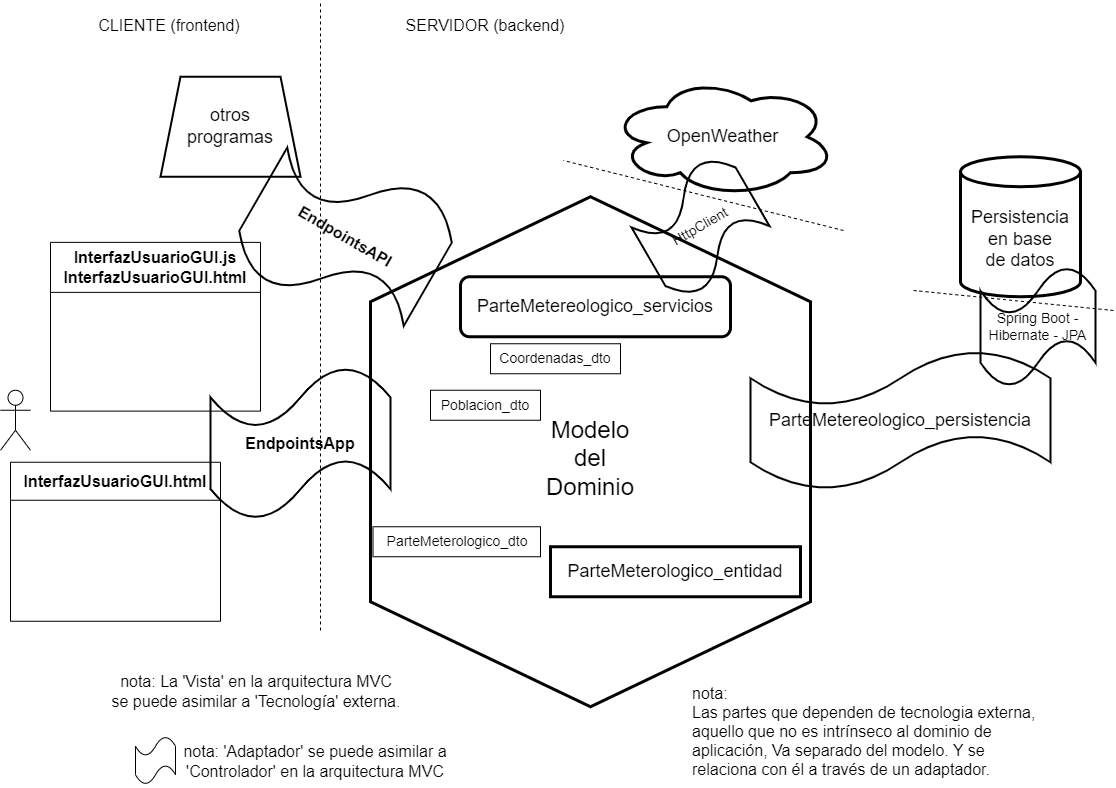
Before: MeteoAPI/meteo_api/documentacion/Esquema_general_de_la_arquitectura_interna.drawio.png, a diagram exported from draw.io (JuanMuruaOlalde/MeteoAPI). Source tidied: cells renumbered, new cells last; positions are measured from the earlier drawing's top-left corner, leaving out a move shared by most shapes. Its diagram source:
```xml
<mxGraphModel>
  <root>
    <mxCell id="0" />
    <mxCell id="1" parent="0" />
    <mxCell id="2" value="InterfazUsuarioGUI.html" style="swimlane;whiteSpace=wrap;html=1;fontSize=16;startSize=38;" parent="1" vertex="1">
      <mxGeometry x="10" y="461.8" width="210" height="159" as="geometry" />
    </mxCell>
    <mxCell id="3" style="shape=umlActor;verticalLabelPosition=bottom;verticalAlign=top;html=1;" parent="1" vertex="1">
      <mxGeometry y="389.8" width="30" height="60" as="geometry" />
    </mxCell>
    <mxCell id="4" value="&lt;br style=&quot;border-color: var(--border-color); font-size: 24px;&quot;&gt;&lt;span style=&quot;font-size: 24px;&quot;&gt;Modelo&lt;/span&gt;&lt;br style=&quot;border-color: var(--border-color); font-size: 24px;&quot;&gt;&lt;span style=&quot;font-size: 24px;&quot;&gt;del&lt;/span&gt;&lt;br style=&quot;border-color: var(--border-color); font-size: 24px;&quot;&gt;&lt;span style=&quot;font-size: 24px;&quot;&gt;Dominio&lt;/span&gt;" style="shape=hexagon;perimeter=hexagonPerimeter2;whiteSpace=wrap;html=1;fixedSize=1;strokeWidth=3;size=105;direction=south;fillColor=none;" parent="1" vertex="1">
      <mxGeometry x="370" y="196.2" width="440" height="510" as="geometry" />
    </mxCell>
    <mxCell id="5" value="Persistencia&lt;br&gt;en base&lt;br&gt;de datos" style="shape=cylinder3;whiteSpace=wrap;html=1;boundedLbl=1;backgroundOutline=1;size=15;strokeWidth=3;fontSize=18;fillColor=none;" parent="1" vertex="1">
      <mxGeometry x="960" y="156.2" width="120" height="140" as="geometry" />
    </mxCell>
    <mxCell id="6" value="OpenWeather" style="ellipse;shape=cloud;whiteSpace=wrap;html=1;strokeWidth=3;fontSize=18;fillColor=none;" parent="1" vertex="1">
      <mxGeometry x="610" y="76.2" width="225" height="120" as="geometry" />
    </mxCell>
    <mxCell id="7" value="ParteMeterologico_entidad" style="rounded=0;whiteSpace=wrap;html=1;strokeWidth=3;fontSize=18;fillColor=none;" parent="1" vertex="1">
      <mxGeometry x="550" y="546.2" width="250" height="50" as="geometry" />
    </mxCell>
    <mxCell id="8" value="ParteMetereologico_servicios" style="rounded=1;whiteSpace=wrap;html=1;strokeWidth=3;fontSize=18;fillColor=none;" parent="1" vertex="1">
      <mxGeometry x="460" y="276.2" width="270" height="60" as="geometry" />
    </mxCell>
    <mxCell id="9" value="nota: 'Adaptador' se puede asimilar a 'Controlador' en la arquitectura MVC" style="text;html=1;strokeColor=none;fillColor=none;align=center;verticalAlign=middle;whiteSpace=wrap;rounded=0;strokeWidth=1;fontSize=16;" parent="1" vertex="1">
      <mxGeometry x="170" y="736.2" width="290" height="50" as="geometry" />
    </mxCell>
    <mxCell id="10" value="nota: &lt;br&gt;Las partes que dependen de tecnologia externa, aquello que no es intrínseco al dominio de aplicación, Va separado del modelo. Y se relaciona con él a través de un adaptador." style="text;html=1;strokeColor=none;fillColor=none;align=left;verticalAlign=middle;whiteSpace=wrap;rounded=0;strokeWidth=1;fontSize=16;" parent="1" vertex="1">
      <mxGeometry x="690" y="696.2" width="350" height="70" as="geometry" />
    </mxCell>
    <mxCell id="11" value="Spring Boot - Hibernate - JPA" style="shape=tape;whiteSpace=wrap;html=1;strokeWidth=2;fontSize=14;fillColor=none;" parent="1" vertex="1">
      <mxGeometry x="980" y="266.2" width="115" height="120" as="geometry" />
    </mxCell>
    <mxCell id="12" value="ParteMeterologico_dto" style="rounded=0;whiteSpace=wrap;html=1;strokeWidth=1;fontSize=14;fillColor=none;" parent="1" vertex="1">
      <mxGeometry x="372.5" y="526.2" width="167.5" height="30" as="geometry" />
    </mxCell>
    <mxCell id="13" value="Coordenadas_dto" style="rounded=0;whiteSpace=wrap;html=1;strokeWidth=1;fontSize=14;fillColor=none;" parent="1" vertex="1">
      <mxGeometry x="490" y="343.2" width="130" height="30" as="geometry" />
    </mxCell>
    <mxCell id="14" value="Poblacion_dto" style="rounded=0;whiteSpace=wrap;html=1;strokeWidth=1;fontSize=14;fillColor=none;" parent="1" vertex="1">
      <mxGeometry x="430" y="389.8" width="110" height="30" as="geometry" />
    </mxCell>
    <mxCell id="15" value="ParteMetereologico_persistencia" style="shape=tape;whiteSpace=wrap;html=1;strokeWidth=2;fontSize=18;fillColor=none;" parent="1" vertex="1">
      <mxGeometry x="750" y="349.8" width="300" height="140" as="geometry" />
    </mxCell>
    <mxCell id="16" value="HttpClient" style="shape=tape;whiteSpace=wrap;html=1;strokeWidth=2;fontSize=14;fillColor=none;rotation=-30;" parent="1" vertex="1">
      <mxGeometry x="640" y="170" width="120" height="112.5" as="geometry" />
    </mxCell>
    <mxCell id="17" value="&lt;span style=&quot;font-size: 16px; font-weight: 700;&quot;&gt;EndpointsApp&lt;/span&gt;" style="shape=tape;whiteSpace=wrap;html=1;strokeWidth=2;fontSize=18;fillColor=none;" parent="1" vertex="1">
      <mxGeometry x="210" y="366.2" width="180" height="153" as="geometry" />
    </mxCell>
    <mxCell id="18" value="otros&lt;br style=&quot;font-size: 18px;&quot;&gt;programas" style="shape=trapezoid;perimeter=trapezoidPerimeter;whiteSpace=wrap;html=1;fixedSize=1;strokeWidth=2;fontSize=18;" parent="1" vertex="1">
      <mxGeometry x="160" y="76.2" width="140" height="100" as="geometry" />
    </mxCell>
    <mxCell id="19" value="InterfazUsuarioGUI.js&lt;br&gt;InterfazUsuarioGUI.html" style="swimlane;whiteSpace=wrap;html=1;fontSize=16;startSize=50;" parent="1" vertex="1">
      <mxGeometry x="50" y="241.9" width="210" height="168.8" as="geometry" />
    </mxCell>
    <mxCell id="20" value="&lt;span style=&quot;font-size: 16px; font-weight: 700;&quot;&gt;EndpointsAPI&lt;/span&gt;" style="shape=tape;whiteSpace=wrap;html=1;strokeWidth=2;fontSize=18;fillColor=none;rotation=30;" parent="1" vertex="1">
      <mxGeometry x="250" y="156.2" width="190" height="160" as="geometry" />
    </mxCell>
    <mxCell id="21" style="shape=tape;whiteSpace=wrap;html=1;strokeWidth=1;fontSize=18;fillColor=none;" parent="1" vertex="1">
      <mxGeometry x="135" y="736.2" width="40" height="47.5" as="geometry" />
    </mxCell>
    <mxCell id="22" value="nota: La 'Vista' en la arquitectura MVC se puede asimilar a 'Tecnología' externa." style="text;html=1;strokeColor=none;fillColor=none;align=center;verticalAlign=middle;whiteSpace=wrap;rounded=0;strokeWidth=1;fontSize=16;" parent="1" vertex="1">
      <mxGeometry x="110" y="666.2" width="291.9" height="50" as="geometry" />
    </mxCell>
    <mxCell id="23" style="endArrow=none;dashed=1;html=1;rounded=0;fontSize=14;" parent="1" edge="1">
      <mxGeometry relative="1" as="geometry">
        <mxPoint x="320" y="630" as="sourcePoint" />
        <mxPoint x="320" as="targetPoint" />
      </mxGeometry>
    </mxCell>
    <mxCell id="24" value="CLIENTE (frontend)" style="text;html=1;strokeColor=none;fillColor=none;align=center;verticalAlign=middle;whiteSpace=wrap;rounded=0;strokeWidth=1;fontSize=16;" parent="1" vertex="1">
      <mxGeometry x="23" width="291.9" height="50" as="geometry" />
    </mxCell>
    <mxCell id="25" value="SERVIDOR (backend)" style="text;html=1;strokeColor=none;fillColor=none;align=center;verticalAlign=middle;whiteSpace=wrap;rounded=0;strokeWidth=1;fontSize=16;" parent="1" vertex="1">
      <mxGeometry x="339.1" width="291.9" height="50" as="geometry" />
    </mxCell>
    <mxCell id="26" style="endArrow=none;dashed=1;html=1;rounded=0;fontSize=14;" parent="1" edge="1">
      <mxGeometry relative="1" as="geometry">
        <mxPoint x="843" y="230" as="sourcePoint" />
        <mxPoint x="563" y="160" as="targetPoint" />
      </mxGeometry>
    </mxCell>
    <mxCell id="27" style="endArrow=none;dashed=1;html=1;rounded=0;fontSize=14;" parent="1" edge="1">
      <mxGeometry relative="1" as="geometry">
        <mxPoint x="1113" y="310" as="sourcePoint" />
        <mxPoint x="913" y="290" as="targetPoint" />
      </mxGeometry>
    </mxCell>
  </root>
</mxGraphModel>
```
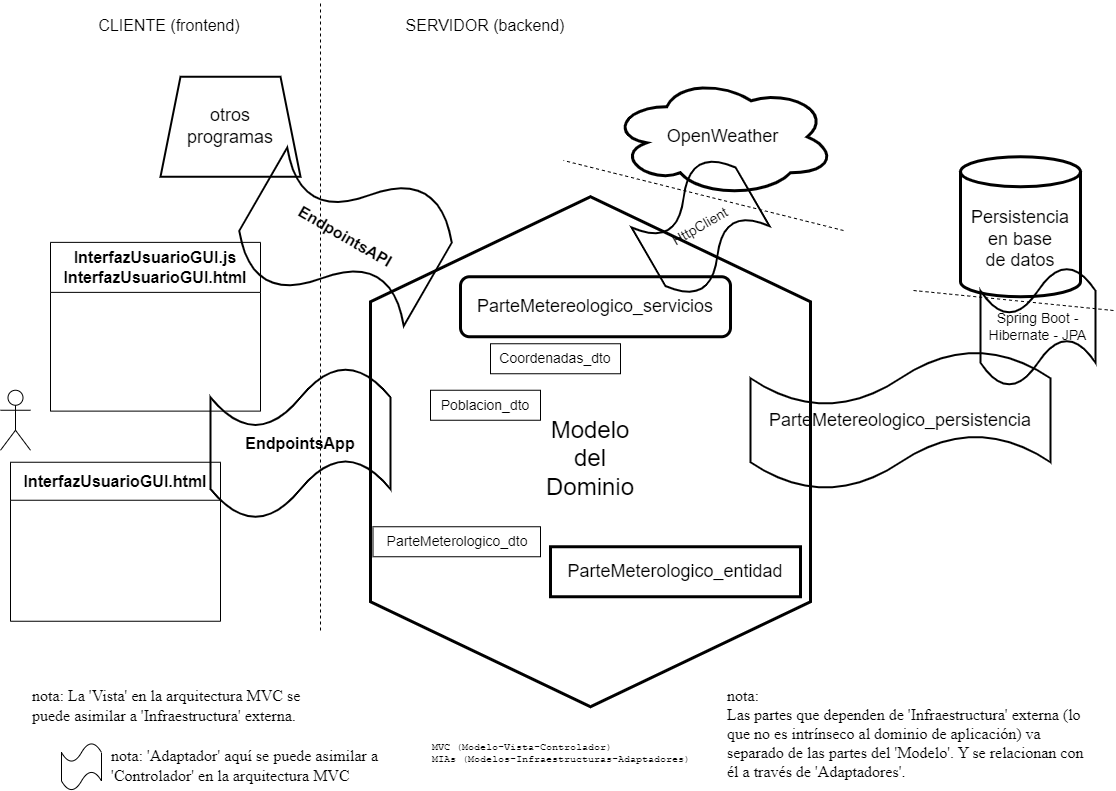
After the change.

Commit message:
retocar diagrama

Para aclarar conceptos en las notas al pie del esquema.

Diff of the diagram source:
```diff
@@ -23,11 +23,11 @@
     <mxCell id="8" value="ParteMetereologico_servicios" style="rounded=1;whiteSpace=wrap;html=1;strokeWidth=3;fontSize=18;fillColor=none;" parent="1" vertex="1">
       <mxGeometry x="460" y="276.2" width="270" height="60" as="geometry" />
     </mxCell>
-    <mxCell id="9" value="nota: 'Adaptador' se puede asimilar a 'Controlador' en la arquitectura MVC" style="text;html=1;strokeColor=none;fillColor=none;align=center;verticalAlign=middle;whiteSpace=wrap;rounded=0;strokeWidth=1;fontSize=16;" parent="1" vertex="1">
-      <mxGeometry x="170" y="736.2" width="290" height="50" as="geometry" />
+    <mxCell id="9" value="nota: 'Adaptador' aquí se puede asimilar a 'Controlador' en la arquitectura MVC" style="text;html=1;strokeColor=none;fillColor=none;align=left;verticalAlign=middle;whiteSpace=wrap;rounded=0;strokeWidth=1;fontSize=16;fontFamily=Times New Roman;" parent="1" vertex="1">
+      <mxGeometry x="109" y="740" width="290" height="50" as="geometry" />
     </mxCell>
-    <mxCell id="10" value="nota: &lt;br&gt;Las partes que dependen de tecnologia externa, aquello que no es intrínseco al dominio de aplicación, Va separado del modelo. Y se relaciona con él a través de un adaptador." style="text;html=1;strokeColor=none;fillColor=none;align=left;verticalAlign=middle;whiteSpace=wrap;rounded=0;strokeWidth=1;fontSize=16;" parent="1" vertex="1">
-      <mxGeometry x="690" y="696.2" width="350" height="70" as="geometry" />
+    <mxCell id="10" value="nota: &lt;br&gt;Las partes que dependen de 'Infraestructura' externa (lo que no es intrínseco al dominio de aplicación) va separado de las partes del 'Modelo'. Y se relacionan con él a través de 'Adaptadores'." style="text;html=1;strokeColor=none;fillColor=none;align=left;verticalAlign=middle;whiteSpace=wrap;rounded=0;strokeWidth=1;fontSize=16;fontFamily=Times New Roman;" parent="1" vertex="1">
+      <mxGeometry x="725" y="676.2" width="370" height="113.8" as="geometry" />
     </mxCell>
     <mxCell id="11" value="Spring Boot - Hibernate - JPA" style="shape=tape;whiteSpace=wrap;html=1;strokeWidth=2;fontSize=14;fillColor=none;" parent="1" vertex="1">
       <mxGeometry x="980" y="266.2" width="115" height="120" as="geometry" />
@@ -60,10 +60,10 @@
       <mxGeometry x="250" y="156.2" width="190" height="160" as="geometry" />
     </mxCell>
     <mxCell id="21" style="shape=tape;whiteSpace=wrap;html=1;strokeWidth=1;fontSize=18;fillColor=none;" parent="1" vertex="1">
-      <mxGeometry x="135" y="736.2" width="40" height="47.5" as="geometry" />
+      <mxGeometry x="61" y="742.5" width="40" height="47.5" as="geometry" />
     </mxCell>
-    <mxCell id="22" value="nota: La 'Vista' en la arquitectura MVC se puede asimilar a 'Tecnología' externa." style="text;html=1;strokeColor=none;fillColor=none;align=center;verticalAlign=middle;whiteSpace=wrap;rounded=0;strokeWidth=1;fontSize=16;" parent="1" vertex="1">
-      <mxGeometry x="110" y="666.2" width="291.9" height="50" as="geometry" />
+    <mxCell id="22" value="nota: La 'Vista' en la arquitectura MVC se puede asimilar a 'Infraestructura' externa." style="text;html=1;strokeColor=none;fillColor=none;align=left;verticalAlign=middle;whiteSpace=wrap;rounded=0;strokeWidth=1;fontSize=16;fontFamily=Times New Roman;" parent="1" vertex="1">
+      <mxGeometry x="30" y="680" width="303" height="50" as="geometry" />
     </mxCell>
     <mxCell id="23" style="endArrow=none;dashed=1;html=1;rounded=0;fontSize=14;" parent="1" edge="1">
       <mxGeometry relative="1" as="geometry">
@@ -89,5 +89,8 @@
         <mxPoint x="913" y="290" as="targetPoint" />
       </mxGeometry>
     </mxCell>
+    <mxCell id="28" value="MVC (Modelo-Vista-Controlador)&lt;br style=&quot;font-size: 10px;&quot;&gt;&lt;span style=&quot;text-align: center; font-size: 10px;&quot;&gt;MIAs (Modelos-Infraestructuras-Adaptadores)&lt;/span&gt;" style="text;html=1;strokeColor=none;fillColor=none;align=left;verticalAlign=middle;whiteSpace=wrap;rounded=0;strokeWidth=1;fontSize=10;fontFamily=Courier New;" parent="1" vertex="1">
+      <mxGeometry x="430" y="740" width="323" height="27" as="geometry" />
+    </mxCell>
   </root>
 </mxGraphModel>
```
